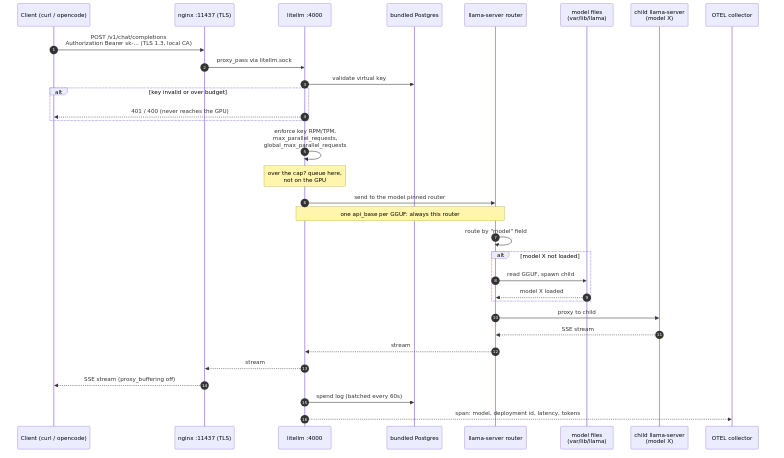
Before: docs/diagrams/request-flow-litellm.png, a diagram exported from Mermaid (SpotDraft/llamacpp-serve). Its source is kept beside it as docs/diagrams/request-flow-litellm.mmd. The source it was exported from:
```mermaid
sequenceDiagram
    autonumber
    participant C as Client (curl / opencode)
    participant N as nginx :11437 (TLS)
    participant LL as litellm :4000
    participant PG as bundled Postgres
    participant R as llama-server router
    participant M as model files<br/>(var/lib/llama)
    participant P as child llama-server<br/>(model X)
    participant OT as OTEL collector

    C->>N: POST /v1/chat/completions<br/>Authorization Bearer sk-... (TLS 1.3, local CA)
    N->>LL: proxy_pass via litellm.sock
    LL->>PG: validate virtual key
    alt key invalid or over budget
        LL-->>C: 401 / 400 (never reaches the GPU)
    end
    LL->>LL: enforce key RPM/TPM,<br/>max_parallel_requests,<br/>global_max_parallel_requests
    note over LL: over the cap? queue here,<br/>not on the GPU
    LL->>R: send to the model pinned router
    note over LL,R: one api_base per GGUF: always this router
    R->>R: route by "model" field
    alt model X not loaded
        R->>M: read GGUF, spawn child
        M-->>R: model X loaded
    end
    R->>P: proxy to child
    P-->>R: SSE stream
    R-->>LL: stream
    LL-->>N: stream
    N-->>C: SSE stream (proxy_buffering off)
    LL->>PG: spend log (batched every 60s)
    LL-->>OT: span: model, deployment id, latency, tokens
```
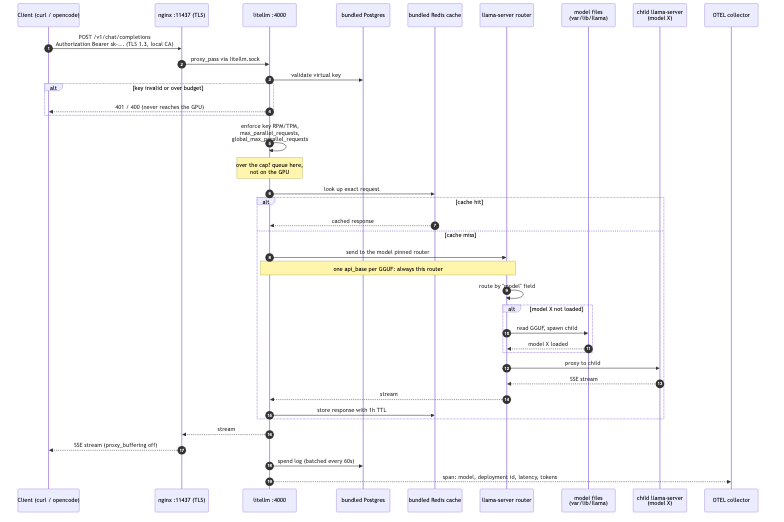
The same diagram one commit later.

Diff of the diagram source:
```diff
@@ -4,6 +4,7 @@
     participant N as nginx :11437 (TLS)
     participant LL as litellm :4000
     participant PG as bundled Postgres
+    participant RC as bundled Redis cache
     participant R as llama-server router
     participant M as model files<br/>(var/lib/llama)
     participant P as child llama-server<br/>(model X)
@@ -17,16 +18,22 @@
     end
     LL->>LL: enforce key RPM/TPM,<br/>max_parallel_requests,<br/>global_max_parallel_requests
     note over LL: over the cap? queue here,<br/>not on the GPU
-    LL->>R: send to the model pinned router
-    note over LL,R: one api_base per GGUF: always this router
-    R->>R: route by "model" field
-    alt model X not loaded
-        R->>M: read GGUF, spawn child
-        M-->>R: model X loaded
+    LL->>RC: look up exact request
+    alt cache hit
+        RC-->>LL: cached response
+    else cache miss
+        LL->>R: send to the model pinned router
+        note over LL,R: one api_base per GGUF: always this router
+        R->>R: route by "model" field
+        alt model X not loaded
+            R->>M: read GGUF, spawn child
+            M-->>R: model X loaded
+        end
+        R->>P: proxy to child
+        P-->>R: SSE stream
+        R-->>LL: stream
+        LL->>RC: store response with 1h TTL
     end
-    R->>P: proxy to child
-    P-->>R: SSE stream
-    R-->>LL: stream
     LL-->>N: stream
     N-->>C: SSE stream (proxy_buffering off)
     LL->>PG: spend log (batched every 60s)
```
